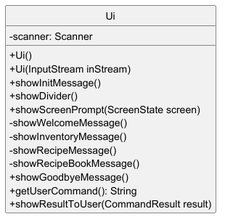
Above: docs/diagrams/ui.png in ChingWhee/tp (PlantUML), before the change.
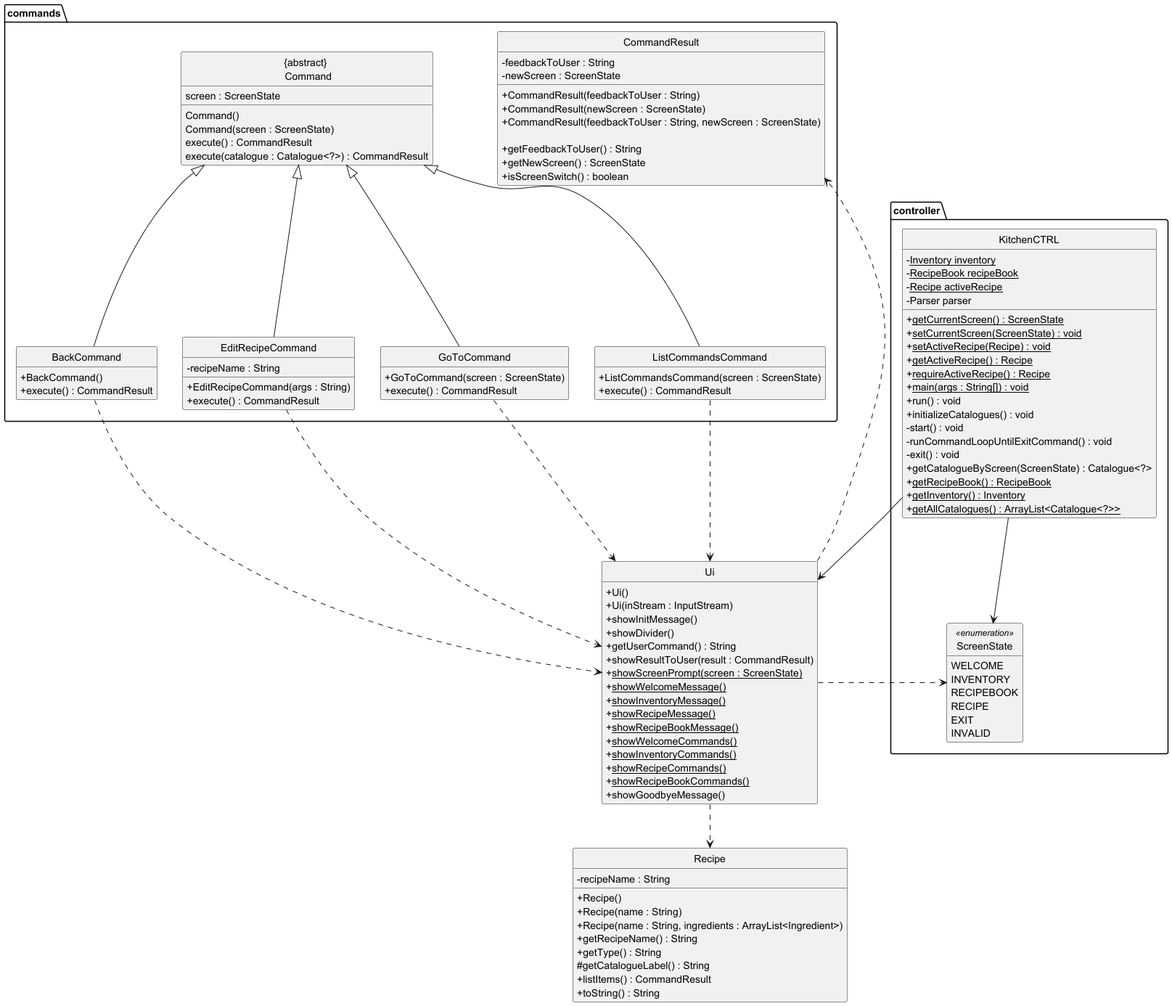
The same file after the commit.

Change to the diagram source:
```diff
@@ -1,22 +1,132 @@
 @startuml
-
 hide circle
+hide empty members
 skinparam classAttributeIconSize 0
 
 class Ui {
-    -scanner: Scanner
     +Ui()
-    +Ui(InputStream inStream)
+    +Ui(inStream : InputStream)
     +showInitMessage()
     +showDivider()
-    +showScreenPrompt(ScreenState screen)
-    -showWelcomeMessage()
-    -showInventoryMessage()
-    -showRecipeMessage()
-    -showRecipeBookMessage()
+    +getUserCommand() : String
+    +showResultToUser(result : CommandResult)
+    +<u>showScreenPrompt(screen : ScreenState)
+    +<u>showWelcomeMessage()
+    +<u>showInventoryMessage()
+    +<u>showRecipeMessage()
+    +<u>showRecipeBookMessage()
+    +<u>showWelcomeCommands()
+    +<u>showInventoryCommands()
+    +<u>showRecipeCommands()
+    +<u>showRecipeBookCommands()
     +showGoodbyeMessage()
-    +getUserCommand(): String
-    +showResultToUser(CommandResult result)
 }
 
+package controller {
+    class KitchenCTRL {
+        - <u>Inventory inventory
+        - <u>RecipeBook recipeBook
+        - <u>Recipe activeRecipe
+        - Parser parser
+
+        + <u>getCurrentScreen() : ScreenState
+        + <u>setCurrentScreen(ScreenState) : void
+        + <u>setActiveRecipe(Recipe) : void
+        + <u>getActiveRecipe() : Recipe
+        + <u>requireActiveRecipe() : Recipe
+        + <u>main(args : String[]) : void
+        + run() : void
+        + initializeCatalogues() : void
+        - start() : void
+        - runCommandLoopUntilExitCommand() : void
+        - exit() : void
+        + getCatalogueByScreen(ScreenState) : Catalogue<?>
+        + <u>getRecipeBook() : RecipeBook
+        + <u>getInventory() : Inventory
+        + <u>getAllCatalogues() : ArrayList<Catalogue<?>>
+    }
+
+enum ScreenState <<enumeration>> {
+    WELCOME
+    INVENTORY
+    RECIPEBOOK
+    RECIPE
+    EXIT
+    INVALID
+}
+}
+
+package commands {
+
+    class "{abstract} \n Command" as Command {
+        screen : ScreenState
+        Command()
+        Command(screen : ScreenState)
+        execute() : CommandResult
+        execute(catalogue : Catalogue<?>) : CommandResult
+    }
+
+    class BackCommand {
+        +BackCommand()
+        +execute() : CommandResult
+    }
+
+    class EditRecipeCommand {
+        - recipeName : String
+        +EditRecipeCommand(args : String)
+        +execute() : CommandResult
+    }
+
+    class GoToCommand {
+        +GoToCommand(screen : ScreenState)
+        +execute() : CommandResult
+    }
+
+    class ListCommandsCommand {
+        +ListCommandsCommand(screen : ScreenState)
+        +execute() : CommandResult
+    }
+
+    class CommandResult {
+        - feedbackToUser : String
+        - newScreen : ScreenState
+
+        + CommandResult(feedbackToUser : String)
+        + CommandResult(newScreen : ScreenState)
+        + CommandResult(feedbackToUser : String, newScreen : ScreenState)
+
+        + getFeedbackToUser() : String
+        + getNewScreen() : ScreenState
+        + isScreenSwitch() : boolean
+    }
+
+    Command <|-- BackCommand
+    Command <|-- EditRecipeCommand
+    Command <|-- GoToCommand
+    Command <|-- ListCommandsCommand
+}
+
+class Recipe {
+    - recipeName : String
+
+    +Recipe()
+    +Recipe(name : String)
+    +Recipe(name : String, ingredients : ArrayList<Ingredient>)
+    +getRecipeName() : String
+    +getType() : String
+    #getCatalogueLabel() : String
+    +listItems() : CommandResult
+    +toString() : String
+}
+
+KitchenCTRL --> Ui
+KitchenCTRL --> controller.ScreenState
+BackCommand ..> Ui
+EditRecipeCommand ..> Ui
+GoToCommand ..> Ui
+ListCommandsCommand ..> Ui
+
+Ui ..> CommandResult
+Ui ..> Recipe
+Ui ..> controller.ScreenState
 @enduml
```
